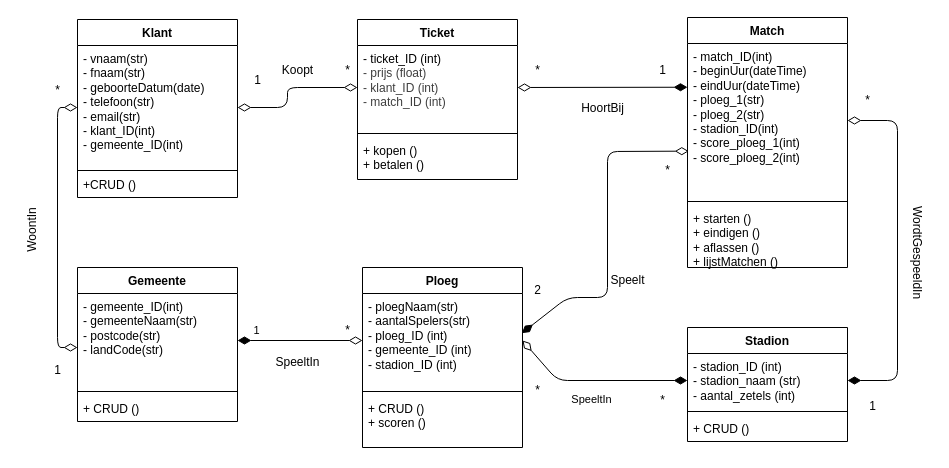
This is docs/klassendiagram.dio from iamjoemama47/ChampPass, a draw.io file, before an edit. Source tidied: cells renumbered, new cells numbered last; positions are measured from the earlier drawing's top-left corner, leaving out a move shared by most shapes. Both pictures are drawn from the tidied source at 100%, with x=0, y=0 at pixel (-3, 17).
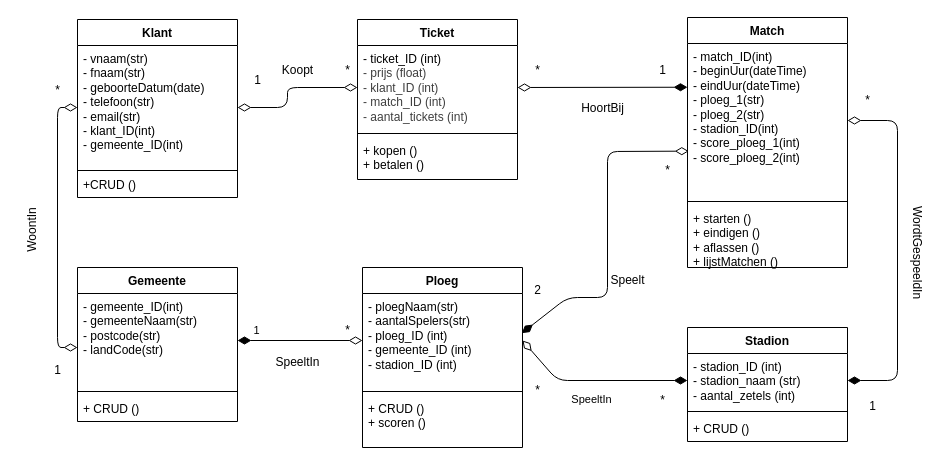
Above is the later version.

Commit message:
tickets aantal

The change refers to these unchanged cells:
```xml
<mxCell id="10" value="Ticket" style="swimlane;fontStyle=1;align=center;verticalAlign=top;horizontal=1;startSize=26;whiteSpace=wrap;html=1;" parent="1" vertex="1">
  <mxGeometry x="360" y="2" width="160" height="160" as="geometry" />
</mxCell>
```

Diff of the diagram source:
```diff
@@
-    <mxCell id="11" value="&lt;span style=&quot;color: rgb(0, 0, 0);&quot;&gt;- ticket_ID (int)&amp;nbsp;&lt;/span&gt;&lt;div style=&quot;color: rgb(63, 63, 63); scrollbar-color: rgb(226, 226, 226) rgb(251, 251, 251);&quot;&gt;- prijs (float)&amp;nbsp;&lt;/div&gt;&lt;div style=&quot;color: rgb(63, 63, 63); scrollbar-color: rgb(226, 226, 226) rgb(251, 251, 251);&quot;&gt;- klant_ID (int)&lt;/div&gt;&lt;div style=&quot;color: rgb(63, 63, 63); scrollbar-color: rgb(226, 226, 226) rgb(251, 251, 251);&quot;&gt;- match_ID (int)&lt;/div&gt;" style="text;strokeColor=none;fillColor=none;align=left;verticalAlign=top;spacingLeft=4;spacingRight=4;overflow=hidden;points=[[0,0.5],[1,0.5]];portConstraint=eastwest;whiteSpace=wrap;html=1;" parent="10" vertex="1">
+    <mxCell id="11" value="&lt;span style=&quot;color: rgb(0, 0, 0);&quot;&gt;- ticket_ID (int)&amp;nbsp;&lt;/span&gt;&lt;div style=&quot;color: rgb(63, 63, 63); scrollbar-color: rgb(226, 226, 226) rgb(251, 251, 251);&quot;&gt;- prijs (float)&amp;nbsp;&lt;/div&gt;&lt;div style=&quot;color: rgb(63, 63, 63); scrollbar-color: rgb(226, 226, 226) rgb(251, 251, 251);&quot;&gt;- klant_ID (int)&lt;/div&gt;&lt;div style=&quot;color: rgb(63, 63, 63); scrollbar-color: rgb(226, 226, 226) rgb(251, 251, 251);&quot;&gt;- match_ID (int)&lt;/div&gt;&lt;div style=&quot;color: rgb(63, 63, 63); scrollbar-color: rgb(226, 226, 226) rgb(251, 251, 251);&quot;&gt;- aantal_tickets (int)&lt;/div&gt;" style="text;strokeColor=none;fillColor=none;align=left;verticalAlign=top;spacingLeft=4;spacingRight=4;overflow=hidden;points=[[0,0.5],[1,0.5]];portConstraint=eastwest;whiteSpace=wrap;html=1;" parent="10" vertex="1">
       <mxGeometry y="26" width="160" height="84" as="geometry" />
     </mxCell>
```
